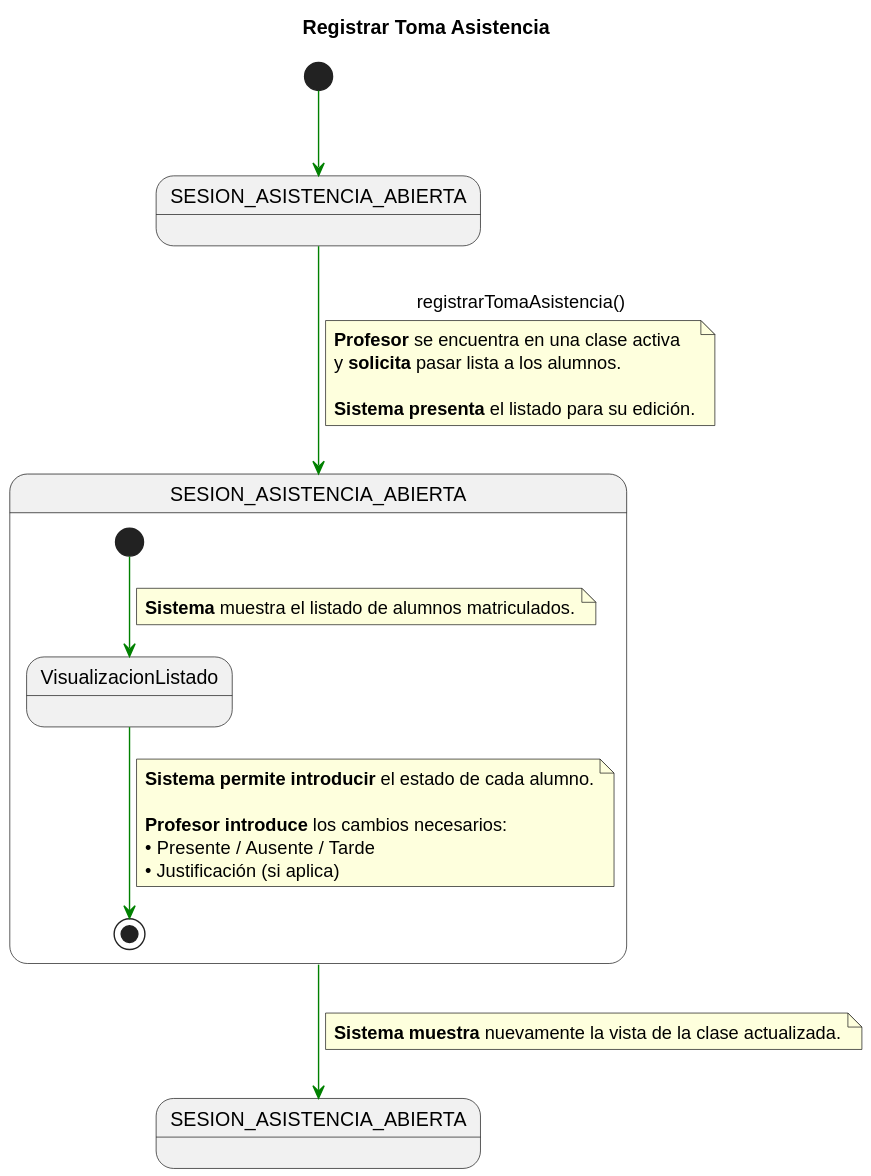
enmabry/25-26-IdSw1-SdR keeps this PlantUML diagram as documents/CasosDeUso/DetalladoCasosDeUso/Profesor/registrarTomaAsistencia.svg. Above is the earlier version.
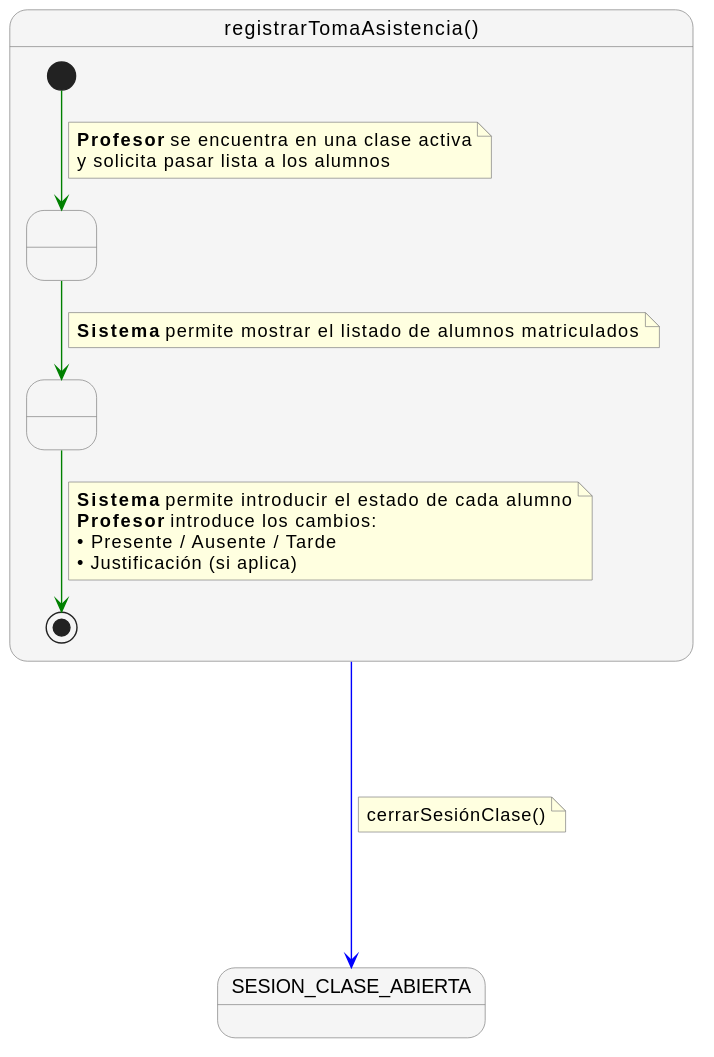
Above is the later version.

Change to the diagram source:
```diff
@@ -1,42 +1,40 @@
 @startuml
-title Registrar Toma Asistencia
+skinparam nodesep 60
+skinparam ranksep 60
 skinparam linetype polyline
+skinparam NoteBackgroundColor lightyellow
+skinparam NoteBorderColor gray
+skinparam StateBackgroundColor #F5F5F5
+skinparam StateBorderColor gray
 
-state SESION_ACTUAL_INICIAL as "SESION_ASISTENCIA_ABIERTA"
-state PROCESO_TOMA_COMP     as "SESION_ASISTENCIA_ABIERTA"
-state SESION_ACTUAL_FINAL   as "SESION_ASISTENCIA_ABIERTA"
+state "registrarTomaAsistencia()" as registrarTomaAsistencia {
+    state " " as Paso1
+    state " " as Paso2
 
-[*] -[#green]-> SESION_ACTUAL_INICIAL
-
-SESION_ACTUAL_INICIAL -[#green]-> PROCESO_TOMA_COMP : registrarTomaAsistencia()
-note on link
-<b>Profesor</b> se encuentra en una clase activa
-y <b>solicita</b> pasar lista a los alumnos.
-
-<b>Sistema presenta</b> el listado para su edición.
-end note
-
-state PROCESO_TOMA_COMP {
-
-    state VisualizacionListado
-
-    [*] -[#green]-> VisualizacionListado
+    [*] -[#green]-> Paso1
     note on link
-    <b>Sistema</b> muestra el listado de alumnos matriculados.
+      <b>Profesor</b> se encuentra en una clase activa
+      y solicita pasar lista a los alumnos
     end note
 
-    VisualizacionListado -[#green]-> [*]
+    Paso1 -[#green]-> Paso2
     note on link
-    <b>Sistema permite introducir</b> el estado de cada alumno.
+      <b>Sistema</b> permite mostrar el listado de alumnos matriculados
+    end note
 
-    <b>Profesor introduce</b> los cambios necesarios:
-    • Presente / Ausente / Tarde
-    • Justificación (si aplica)
+    Paso2 -[#green]-> [*]
+    note on link
+      <b>Sistema</b> permite introducir el estado de cada alumno
+      <b>Profesor</b> introduce los cambios:
+      • Presente / Ausente / Tarde
+      • Justificación (si aplica)
     end note
 }
 
-PROCESO_TOMA_COMP -[#green]-> SESION_ACTUAL_FINAL
-note on link
-<b>Sistema muestra</b> nuevamente la vista de la clase actualizada.
+state "SESION_CLASE_ABIERTA" as SESION_CLASE_ABIERTA
+
+registrarTomaAsistencia -[#blue]---> SESION_CLASE_ABIERTA
+note right on link
+  cerrarSesiónClase()
 end note
 @enduml
```
